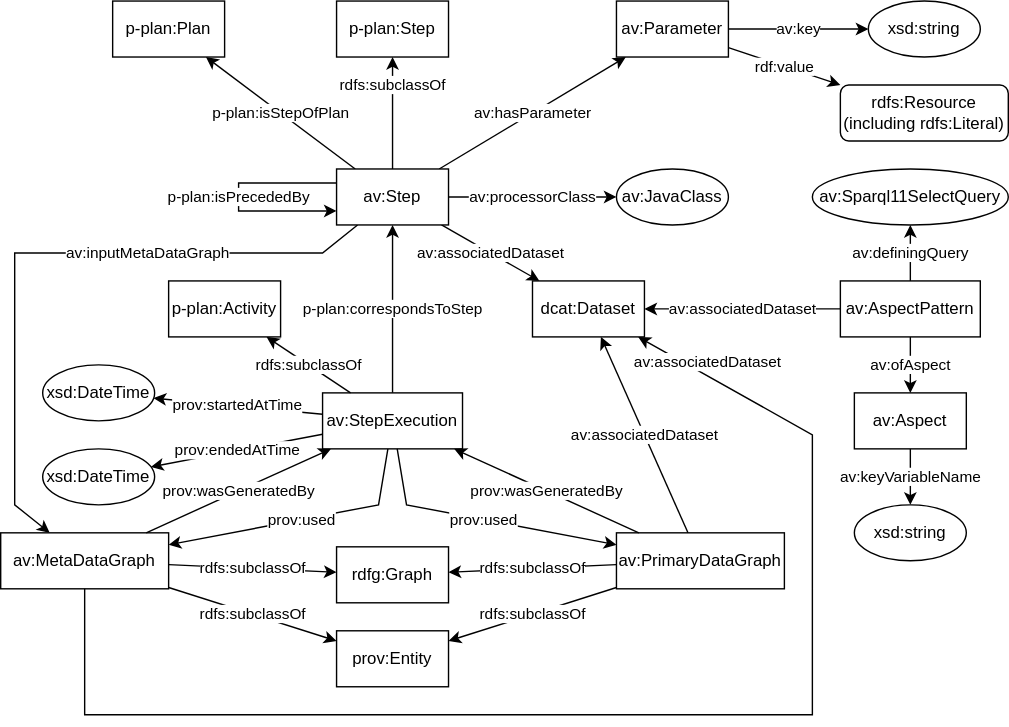
The draw.io diagram executionGraph.svg in fusion-jena/abecto-vocabulary, before a commit. Source tidied: cells renumbered, new cells last; positions are measured from the earlier drawing's top-left corner, leaving out a move shared by most shapes.
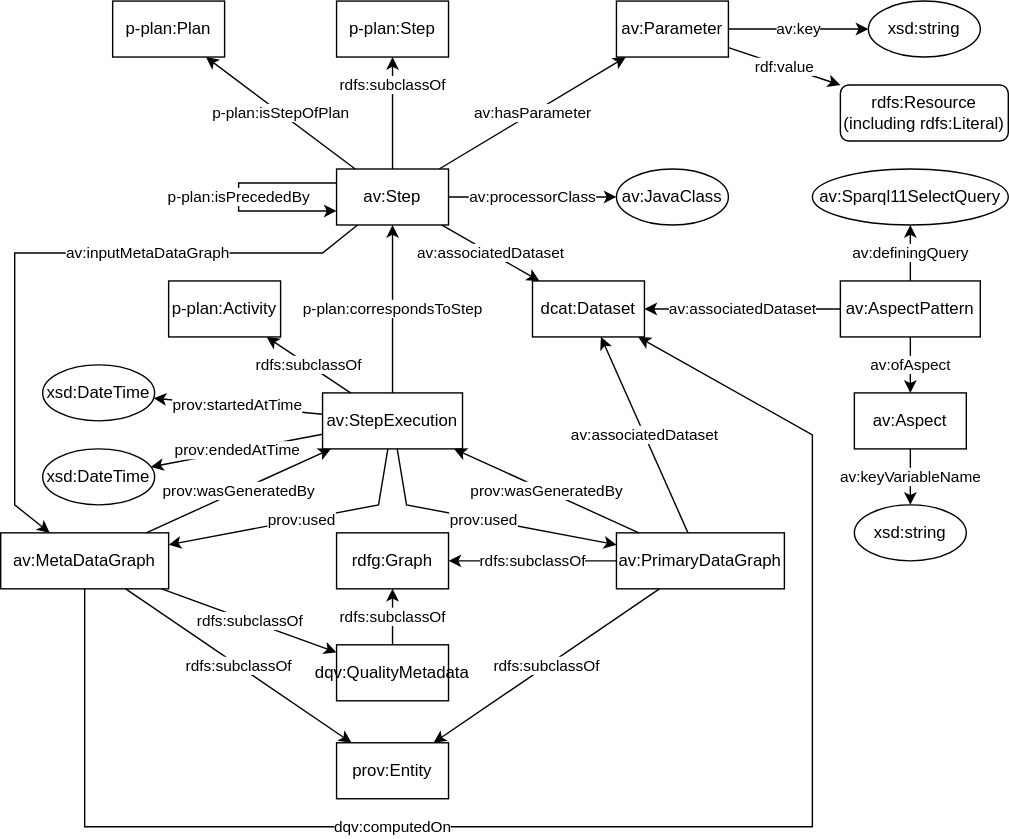
The same file after the commit.

Commit message:
resuse dqv:QualityMetadata and dqv:computedOn

Diff of the diagram source:
```diff
@@ -55,7 +55,7 @@
         </Array>
       </mxGeometry>
     </mxCell>
-    <mxCell id="16" value="rdfs:subclassOf" style="edgeStyle=none;rounded=0;jettySize=auto;html=1;" parent="1" edge="1" source="17" target="23">
+    <mxCell id="16" value="rdfs:subclassOf" style="edgeStyle=none;rounded=0;jettySize=auto;html=1;" parent="1" edge="1" source="49" target="23">
       <mxGeometry relative="1" as="geometry" />
     </mxCell>
     <mxCell id="17" value="av:MetaDataGraph" style="whiteSpace=wrap;html=1;" parent="1" vertex="1">
@@ -64,14 +64,13 @@
     <mxCell id="18" value="rdfs:subclassOf" style="edgeStyle=none;rounded=0;jettySize=auto;html=1;" parent="1" edge="1" source="20" target="23">
       <mxGeometry relative="1" as="geometry" />
     </mxCell>
-    <mxCell id="19" value="av:associatedDataset" style="edgeStyle=none;rounded=0;jettySize=auto;html=1;labelPosition=center;verticalLabelPosition=middle;align=center;verticalAlign=middle;" parent="1" edge="1" source="17" target="8">
-      <mxGeometry x="0.89" y="-8" relative="1" as="geometry">
+    <mxCell id="19" value="dqv:computedOn" style="edgeStyle=none;rounded=0;jettySize=auto;html=1;labelPosition=center;verticalLabelPosition=middle;align=center;verticalAlign=middle;" parent="1" edge="1" source="17" target="8">
+      <mxGeometry x="-0.3" relative="1" as="geometry">
         <Array as="points">
-          <mxPoint x="60" y="510" />
-          <mxPoint x="580" y="510" />
+          <mxPoint x="60" y="590" />
+          <mxPoint x="580" y="590" />
           <mxPoint x="580" y="310" />
         </Array>
-        <mxPoint y="-1" as="offset" />
       </mxGeometry>
     </mxCell>
     <mxCell id="20" value="av:PrimaryDataGraph" style="whiteSpace=wrap;html=1;" parent="1" vertex="1">
@@ -84,7 +83,7 @@
       <mxGeometry relative="1" as="geometry" />
     </mxCell>
     <mxCell id="23" value="rdfg:Graph" style="whiteSpace=wrap;html=1;" parent="1" vertex="1">
-      <mxGeometry x="240" y="390" width="80" height="40" as="geometry" />
+      <mxGeometry x="240" y="380" width="80" height="40" as="geometry" />
     </mxCell>
     <mxCell id="24" value="xsd:DateTime" style="ellipse;whiteSpace=wrap;html=1;" parent="1" vertex="1">
       <mxGeometry x="30" y="320" width="80" height="40" as="geometry" />
@@ -142,7 +141,7 @@
       <mxGeometry x="230" y="280" width="100" height="40" as="geometry" />
     </mxCell>
     <mxCell id="41" value="prov:Entity" style="whiteSpace=wrap;html=1;" parent="1" vertex="1">
-      <mxGeometry x="240" y="450" width="80" height="40" as="geometry" />
+      <mxGeometry x="240" y="530" width="80" height="40" as="geometry" />
     </mxCell>
     <mxCell id="42" value="rdfs:subclassOf" style="edgeStyle=none;rounded=0;jettySize=auto;html=1;" parent="1" edge="1" source="17" target="41">
       <mxGeometry relative="1" as="geometry" />
@@ -169,5 +168,11 @@
     <mxCell id="48" value="rdfs:subclassOf" style="edgeStyle=none;rounded=0;jettySize=auto;html=1;" parent="1" edge="1" source="40" target="47">
       <mxGeometry relative="1" as="geometry" />
     </mxCell>
+    <mxCell id="49" value="dqv:QualityMetadata" style="whiteSpace=wrap;html=1;" parent="1" vertex="1">
+      <mxGeometry x="240" y="460" width="80" height="40" as="geometry" />
+    </mxCell>
+    <mxCell id="50" value="rdfs:subclassOf" style="edgeStyle=none;rounded=0;jettySize=auto;html=1;" parent="1" edge="1" source="17" target="49">
+      <mxGeometry relative="1" as="geometry" />
+    </mxCell>
   </root>
 </mxGraphModel>
```
